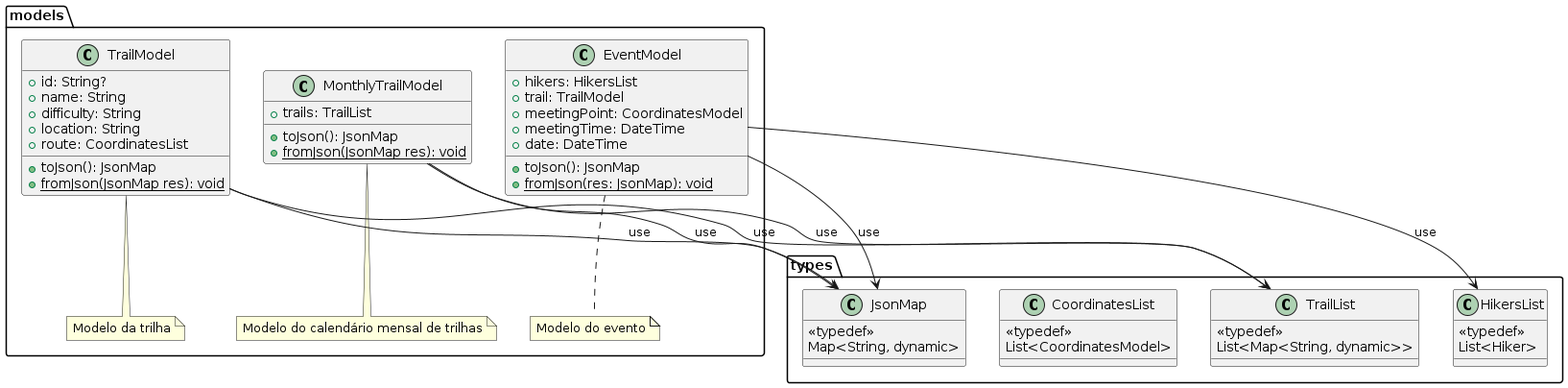
This is docs/diagrams/out/class_diagrams/pe_na_pedra_class_diagram_2.png from tiagors09/pe_na_pedra, a PlantUML export, as it was before one commit.
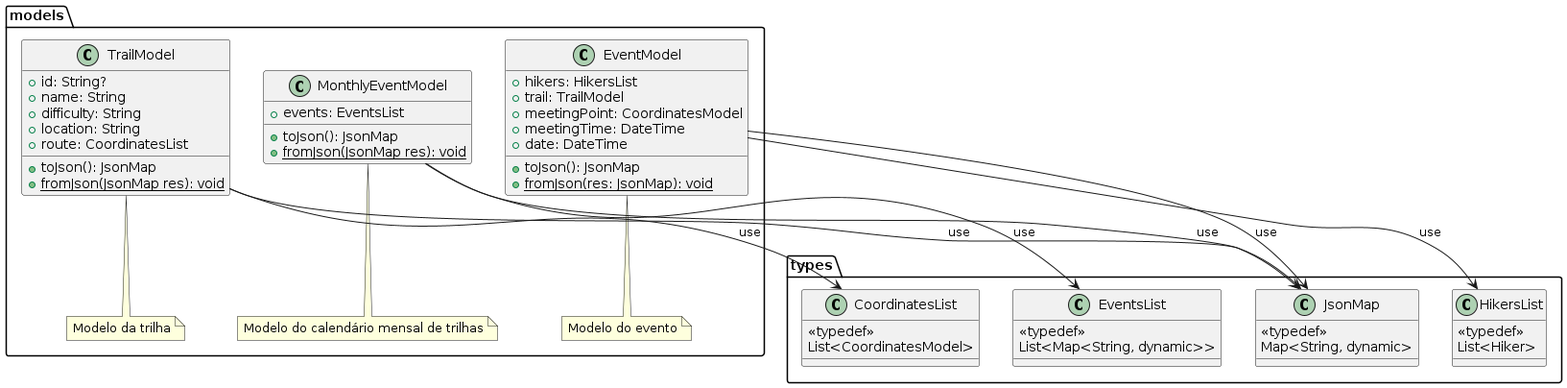
After the change.

Commit message:
docs: :memo: export class diagram 2

Change to the diagram source:
```diff
@@ -5,7 +5,7 @@
     Map<String, dynamic>
   }
 
-  class TrailList {
+  class EventsList {
     <<typedef>>
     List<Map<String, dynamic>>
   }
@@ -36,8 +36,8 @@
     + {static} fromJson(JsonMap res): void
   }
 
-  class MonthlyTrailModel {
-    + trails: TrailList
+  class MonthlyEventModel {
+    + events: EventsList
     + toJson(): JsonMap
     + {static} fromJson(JsonMap res): void
   }
@@ -53,16 +53,16 @@
   }
 
   TrailModel .. N3
-  MonthlyTrailModel .. N4
+  MonthlyEventModel .. N4
   EventModel .. N5
 
   EventModel --> JsonMap : use
-  MonthlyTrailModel --> JsonMap : use
+  MonthlyEventModel --> JsonMap : use
   TrailModel --> JsonMap : use
 
-  MonthlyTrailModel --> TrailList : use
+  MonthlyEventModel --> EventsList : use
 
-  TrailModel --> TrailList : use
+  TrailModel --> CoordinatesList : use
 
   EventModel --> HikersList : use
 }
```
